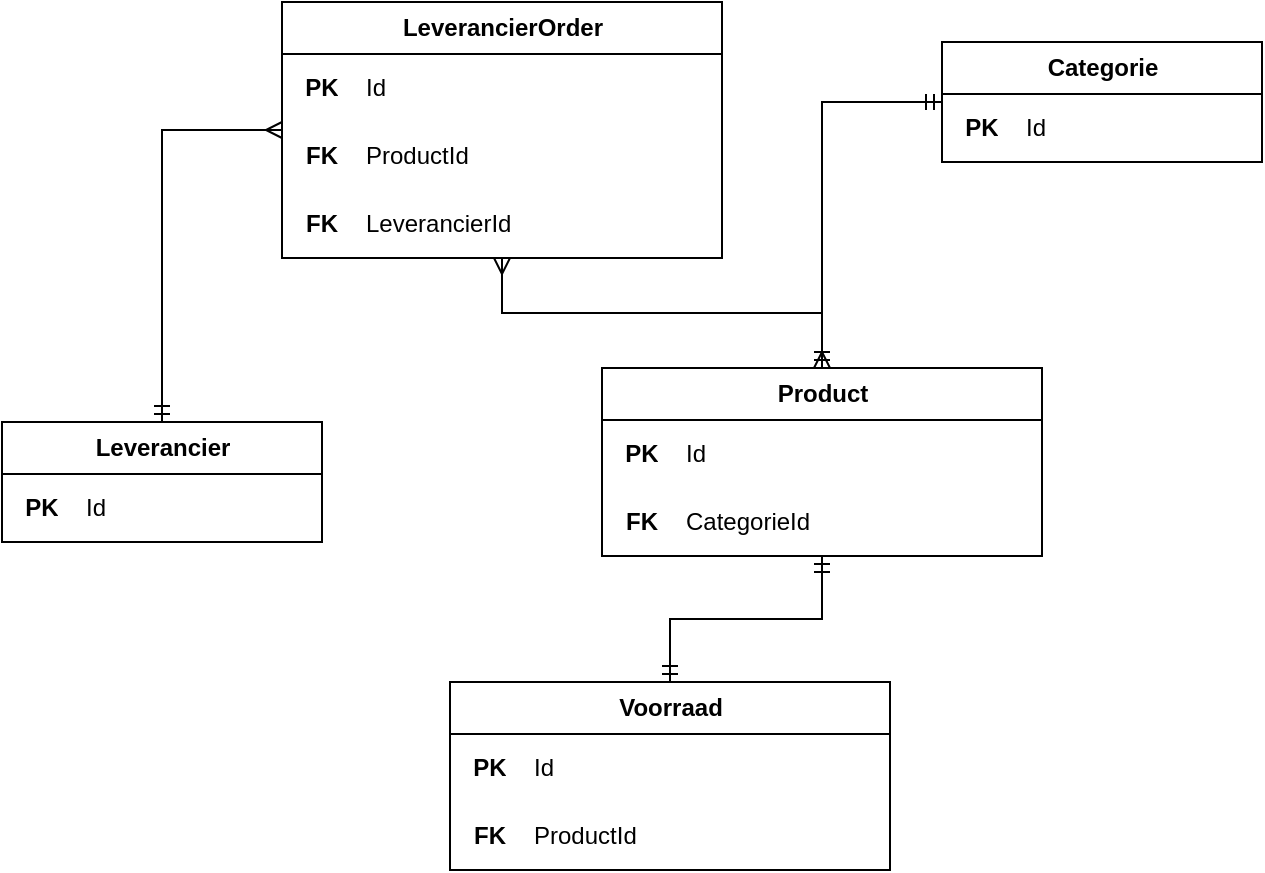
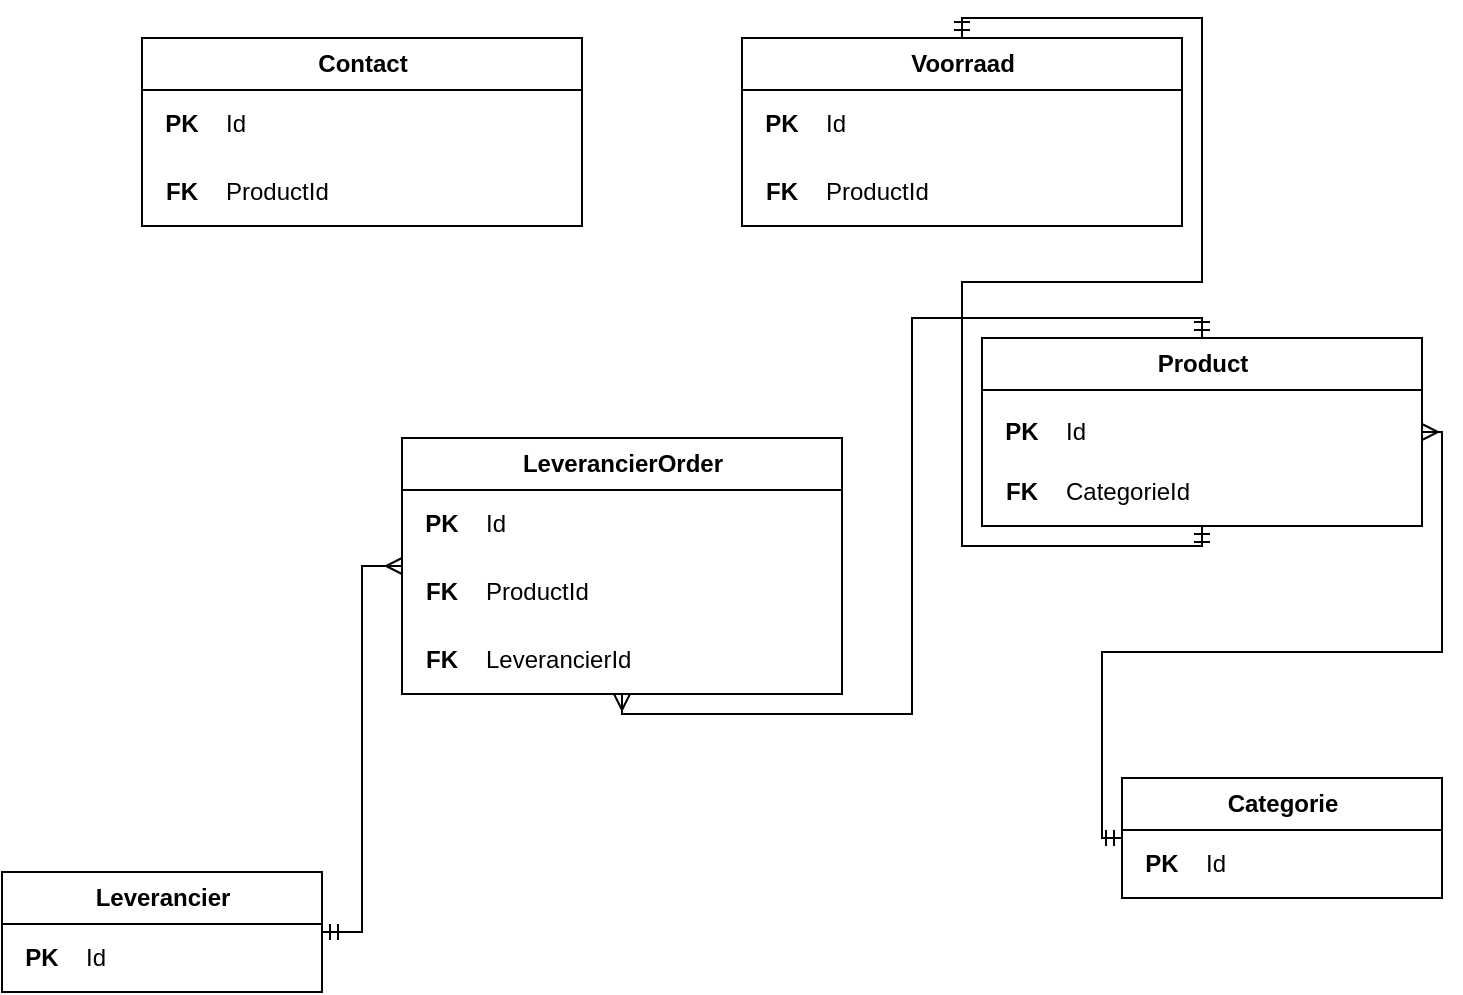
<mxfile host="65bd71144e">
    <diagram id="ProductERD" name="Product ERD">
-         <mxGraphModel dx="727" dy="1029" grid="1" gridSize="10" guides="1" tooltips="1" connect="1" arrows="1" fold="1" page="1" pageScale="1" pageWidth="827" pageHeight="1169" math="0" shadow="0">
+         <mxGraphModel dx="1082" dy="1200" grid="1" gridSize="10" guides="1" tooltips="1" connect="1" arrows="1" fold="1" page="1" pageScale="1" pageWidth="827" pageHeight="1169" math="0" shadow="0">
            <root>
                <mxCell id="0"/>
                <mxCell id="1" parent="0"/>
                <mxCell id="cat" value="Categorie" style="swimlane;childLayout=listLayout;collapsible=0;connectable=0;horizontal=1;startSize=26;fillColor=#ffffff;strokeColor=#000000;fontStyle=1;html=1;" parent="1" vertex="1">
-                     <mxGeometry x="550" y="240" width="160" height="60" as="geometry"/>
+                     <mxGeometry x="580" y="390" width="160" height="60" as="geometry"/>
                </mxCell>
                <mxCell id="cat_r1" value="" style="shape=partialRectangle;top=0;left=0;bottom=0;right=0;fillColor=none;align=left;verticalAlign=top;spacingLeft=4;spacingRight=4;overflow=hidden;rotatable=0;points=[];portConstraint=eastwest;html=1;" vertex="1" parent="cat">
                    <mxGeometry y="26" width="160" height="34" as="geometry"/>
                </mxCell>
                <mxCell id="cat_r1_k" value="PK" style="shape=partialRectangle;top=0;left=0;bottom=0;right=0;fillColor=none;align=center;verticalAlign=middle;fontStyle=1;overflow=hidden;connectable=0;html=1;" vertex="1" parent="cat_r1">
                    <mxGeometry width="40" height="34" as="geometry"/>
                </mxCell>
                <mxCell id="cat_r1_v" value="Id" style="shape=partialRectangle;top=0;left=0;bottom=0;right=0;fillColor=none;align=left;verticalAlign=middle;overflow=hidden;connectable=0;html=1;" vertex="1" parent="cat_r1">
                    <mxGeometry x="40" width="120" height="34" as="geometry"/>
                </mxCell>
                <mxCell id="prod" value="Product" style="swimlane;childLayout=listLayout;collapsible=0;connectable=0;horizontal=1;startSize=26;fillColor=#ffffff;strokeColor=#000000;fontStyle=1;html=1;" parent="1" vertex="1">
-                     <mxGeometry x="380" y="403" width="220" height="94" as="geometry"/>
+                     <mxGeometry x="510" y="170" width="220" height="94" as="geometry"/>
                </mxCell>
                <mxCell id="prod_r1" value="" style="shape=partialRectangle;top=0;left=0;bottom=0;right=0;fillColor=none;align=left;verticalAlign=top;spacingLeft=4;spacingRight=4;overflow=hidden;rotatable=0;points=[];portConstraint=eastwest;html=1;" vertex="1" parent="prod">
-                     <mxGeometry y="26" width="220" height="34" as="geometry"/>
+                     <mxGeometry y="30" width="220" height="34" as="geometry"/>
                </mxCell>
                <mxCell id="prod_r1_k" value="PK" style="shape=partialRectangle;top=0;left=0;bottom=0;right=0;fillColor=none;align=center;verticalAlign=middle;fontStyle=1;overflow=hidden;connectable=0;html=1;" vertex="1" parent="prod_r1">
                    <mxGeometry width="40" height="34" as="geometry"/>
                </mxCell>
                <mxCell id="prod_r1_v" value="Id" style="shape=partialRectangle;top=0;left=0;bottom=0;right=0;fillColor=none;align=left;verticalAlign=middle;overflow=hidden;connectable=0;html=1;" vertex="1" parent="prod_r1">
                    <mxGeometry x="40" width="180" height="34" as="geometry"/>
                </mxCell>
                <mxCell id="prod_r2" value="" style="shape=partialRectangle;top=0;left=0;bottom=0;right=0;fillColor=none;align=left;verticalAlign=top;spacingLeft=4;spacingRight=4;overflow=hidden;rotatable=0;points=[];portConstraint=eastwest;html=1;" vertex="1" parent="prod">
                    <mxGeometry y="60" width="220" height="34" as="geometry"/>
                </mxCell>
                <mxCell id="prod_r2_k" value="FK" style="shape=partialRectangle;top=0;left=0;bottom=0;right=0;fillColor=none;align=center;verticalAlign=middle;fontStyle=1;overflow=hidden;connectable=0;html=1;" vertex="1" parent="prod_r2">
                    <mxGeometry width="40" height="34" as="geometry"/>
                </mxCell>
                <mxCell id="prod_r2_v" value="CategorieId" style="shape=partialRectangle;top=0;left=0;bottom=0;right=0;fillColor=none;align=left;verticalAlign=middle;overflow=hidden;connectable=0;html=1;" vertex="1" parent="prod_r2">
                    <mxGeometry x="40" width="180" height="34" as="geometry"/>
                </mxCell>
                <mxCell id="voor" value="Voorraad" style="swimlane;childLayout=listLayout;collapsible=0;connectable=0;horizontal=1;startSize=26;fillColor=#ffffff;strokeColor=#000000;fontStyle=1;html=1;" parent="1" vertex="1">
-                     <mxGeometry x="304" y="560" width="220" height="94" as="geometry"/>
+                     <mxGeometry x="390" y="20" width="220" height="94" as="geometry"/>
                </mxCell>
                <mxCell id="voor_r1" value="" style="shape=partialRectangle;top=0;left=0;bottom=0;right=0;fillColor=none;align=left;verticalAlign=top;spacingLeft=4;spacingRight=4;overflow=hidden;rotatable=0;points=[];portConstraint=eastwest;html=1;" vertex="1" parent="voor">
                    <mxGeometry y="26" width="220" height="34" as="geometry"/>
                </mxCell>
                <mxCell id="voor_r1_k" value="PK" style="shape=partialRectangle;top=0;left=0;bottom=0;right=0;fillColor=none;align=center;verticalAlign=middle;fontStyle=1;overflow=hidden;connectable=0;html=1;" vertex="1" parent="voor_r1">
                    <mxGeometry width="40" height="34" as="geometry"/>
                </mxCell>
                <mxCell id="voor_r1_v" value="Id" style="shape=partialRectangle;top=0;left=0;bottom=0;right=0;fillColor=none;align=left;verticalAlign=middle;overflow=hidden;connectable=0;html=1;" vertex="1" parent="voor_r1">
                    <mxGeometry x="40" width="180" height="34" as="geometry"/>
                </mxCell>
                <mxCell id="voor_r2" value="" style="shape=partialRectangle;top=0;left=0;bottom=0;right=0;fillColor=none;align=left;verticalAlign=top;spacingLeft=4;spacingRight=4;overflow=hidden;rotatable=0;points=[];portConstraint=eastwest;html=1;" vertex="1" parent="voor">
                    <mxGeometry y="60" width="220" height="34" as="geometry"/>
                </mxCell>
                <mxCell id="voor_r2_k" value="FK" style="shape=partialRectangle;top=0;left=0;bottom=0;right=0;fillColor=none;align=center;verticalAlign=middle;fontStyle=1;overflow=hidden;connectable=0;html=1;" vertex="1" parent="voor_r2">
                    <mxGeometry width="40" height="34" as="geometry"/>
                </mxCell>
                <mxCell id="voor_r2_v" value="ProductId" style="shape=partialRectangle;top=0;left=0;bottom=0;right=0;fillColor=none;align=left;verticalAlign=middle;overflow=hidden;connectable=0;html=1;" vertex="1" parent="voor_r2">
                    <mxGeometry x="40" width="180" height="34" as="geometry"/>
                </mxCell>
                <mxCell id="lev" value="Leverancier" style="swimlane;childLayout=listLayout;collapsible=0;connectable=0;horizontal=1;startSize=26;fillColor=#ffffff;strokeColor=#000000;fontStyle=1;html=1;" parent="1" vertex="1">
-                     <mxGeometry x="80" y="430" width="160" height="60" as="geometry"/>
+                     <mxGeometry x="20" y="437" width="160" height="60" as="geometry"/>
                </mxCell>
                <mxCell id="lev_r1" value="" style="shape=partialRectangle;top=0;left=0;bottom=0;right=0;fillColor=none;align=left;verticalAlign=top;spacingLeft=4;spacingRight=4;overflow=hidden;rotatable=0;points=[];portConstraint=eastwest;html=1;" vertex="1" parent="lev">
                    <mxGeometry y="26" width="160" height="34" as="geometry"/>
                </mxCell>
                <mxCell id="lev_r1_k" value="PK" style="shape=partialRectangle;top=0;left=0;bottom=0;right=0;fillColor=none;align=center;verticalAlign=middle;fontStyle=1;overflow=hidden;connectable=0;html=1;" vertex="1" parent="lev_r1">
                    <mxGeometry width="40" height="34" as="geometry"/>
                </mxCell>
                <mxCell id="lev_r1_v" value="Id" style="shape=partialRectangle;top=0;left=0;bottom=0;right=0;fillColor=none;align=left;verticalAlign=middle;overflow=hidden;connectable=0;html=1;" vertex="1" parent="lev_r1">
                    <mxGeometry x="40" width="120" height="34" as="geometry"/>
                </mxCell>
                <mxCell id="order" value="LeverancierOrder" style="swimlane;childLayout=listLayout;collapsible=0;connectable=0;horizontal=1;startSize=26;fillColor=#ffffff;strokeColor=#000000;fontStyle=1;html=1;" parent="1" vertex="1">
                    <mxGeometry x="220" y="220" width="220" height="128" as="geometry"/>
                </mxCell>
                <mxCell id="order_r1" value="" style="shape=partialRectangle;top=0;left=0;bottom=0;right=0;fillColor=none;align=left;verticalAlign=top;spacingLeft=4;spacingRight=4;overflow=hidden;rotatable=0;points=[];portConstraint=eastwest;html=1;" vertex="1" parent="order">
                    <mxGeometry y="26" width="220" height="34" as="geometry"/>
                </mxCell>
                <mxCell id="order_r1_k" value="PK" style="shape=partialRectangle;top=0;left=0;bottom=0;right=0;fillColor=none;align=center;verticalAlign=middle;fontStyle=1;overflow=hidden;connectable=0;html=1;" vertex="1" parent="order_r1">
                    <mxGeometry width="40" height="34" as="geometry"/>
                </mxCell>
                <mxCell id="order_r1_v" value="Id" style="shape=partialRectangle;top=0;left=0;bottom=0;right=0;fillColor=none;align=left;verticalAlign=middle;overflow=hidden;connectable=0;html=1;" vertex="1" parent="order_r1">
                    <mxGeometry x="40" width="180" height="34" as="geometry"/>
                </mxCell>
                <mxCell id="order_r2" value="" style="shape=partialRectangle;top=0;left=0;bottom=0;right=0;fillColor=none;align=left;verticalAlign=top;spacingLeft=4;spacingRight=4;overflow=hidden;rotatable=0;points=[];portConstraint=eastwest;html=1;" vertex="1" parent="order">
                    <mxGeometry y="60" width="220" height="34" as="geometry"/>
                </mxCell>
                <mxCell id="order_r2_k" value="FK" style="shape=partialRectangle;top=0;left=0;bottom=0;right=0;fillColor=none;align=center;verticalAlign=middle;fontStyle=1;overflow=hidden;connectable=0;html=1;" vertex="1" parent="order_r2">
                    <mxGeometry width="40" height="34" as="geometry"/>
                </mxCell>
                <mxCell id="order_r2_v" value="ProductId" style="shape=partialRectangle;top=0;left=0;bottom=0;right=0;fillColor=none;align=left;verticalAlign=middle;overflow=hidden;connectable=0;html=1;" vertex="1" parent="order_r2">
                    <mxGeometry x="40" width="180" height="34" as="geometry"/>
                </mxCell>
                <mxCell id="order_r3" value="" style="shape=partialRectangle;top=0;left=0;bottom=0;right=0;fillColor=none;align=left;verticalAlign=top;spacingLeft=4;spacingRight=4;overflow=hidden;rotatable=0;points=[];portConstraint=eastwest;html=1;" vertex="1" parent="order">
                    <mxGeometry y="94" width="220" height="34" as="geometry"/>
                </mxCell>
                <mxCell id="order_r3_k" value="FK" style="shape=partialRectangle;top=0;left=0;bottom=0;right=0;fillColor=none;align=center;verticalAlign=middle;fontStyle=1;overflow=hidden;connectable=0;html=1;" vertex="1" parent="order_r3">
                    <mxGeometry width="40" height="34" as="geometry"/>
                </mxCell>
                <mxCell id="order_r3_v" value="LeverancierId" style="shape=partialRectangle;top=0;left=0;bottom=0;right=0;fillColor=none;align=left;verticalAlign=middle;overflow=hidden;connectable=0;html=1;" vertex="1" parent="order_r3">
                    <mxGeometry x="40" width="180" height="34" as="geometry"/>
                </mxCell>
- 
-                 <!-- Relations -->
-                 <!-- Categorie (1) to Product (*) -->
-                 <mxCell id="rel1" style="edgeStyle=orthogonalEdgeStyle;rounded=0;html=1;exitX=0;exitY=0.5;exitDx=0;exitDy=0;entryX=0.5;entryY=0;entryDx=0;entryDy=0;strokeColor=#000000;strokeWidth=1;startArrow=ERmandOne;endArrow=ERmany;" edge="1" parent="1" source="cat" target="prod">
+                 <mxCell id="3" style="edgeStyle=orthogonalEdgeStyle;rounded=0;html=1;exitX=1;exitY=0.5;entryX=0;entryY=0.5;strokeColor=#000000;strokeWidth=1;startArrow=ERmandOne;endArrow=ERmany;" edge="1" parent="1" source="lev" target="order">
                    <mxGeometry relative="1" as="geometry"/>
                </mxCell>
- 
-                 <!-- Product (1) to Voorraad (1) -->
-                 <mxCell id="rel2" style="edgeStyle=orthogonalEdgeStyle;rounded=0;html=1;exitX=0.5;exitY=1;exitDx=0;exitDy=0;entryX=0.5;entryY=0;entryDx=0;entryDy=0;strokeColor=#000000;strokeWidth=1;startArrow=ERmandOne;endArrow=ERmandOne;" edge="1" parent="1" source="prod" target="voor">
+                 <mxCell id="4" style="edgeStyle=orthogonalEdgeStyle;rounded=0;html=1;exitX=0;exitY=0.5;entryX=1;entryY=0.5;strokeColor=#000000;strokeWidth=1;startArrow=ERmandOne;endArrow=ERmany;" edge="1" parent="1" source="cat" target="prod">
                    <mxGeometry relative="1" as="geometry"/>
                </mxCell>
- 
-                 <!-- Product (1) to LeverancierOrder (*) -->
-                 <mxCell id="rel3" style="edgeStyle=orthogonalEdgeStyle;rounded=0;html=1;exitX=0.5;exitY=0;exitDx=0;exitDy=0;entryX=0.5;entryY=1;entryDx=0;entryDy=0;strokeColor=#000000;strokeWidth=1;startArrow=ERmandOne;endArrow=ERmany;" edge="1" parent="1" source="prod" target="order">
+                 <mxCell id="5" style="edgeStyle=orthogonalEdgeStyle;rounded=0;html=1;exitX=0.5;exitY=0;entryX=0.5;entryY=1;strokeColor=#000000;strokeWidth=1;startArrow=ERmandOne;endArrow=ERmany;" edge="1" parent="1" source="prod" target="order">
                    <mxGeometry relative="1" as="geometry"/>
                </mxCell>
- 
-                 <!-- Leverancier (1) to LeverancierOrder (*) -->
-                 <mxCell id="rel4" style="edgeStyle=orthogonalEdgeStyle;rounded=0;html=1;exitX=0.5;exitY=0;exitDx=0;exitDy=0;entryX=0;entryY=0.5;entryDx=0;entryDy=0;strokeColor=#000000;strokeWidth=1;startArrow=ERmandOne;endArrow=ERmany;" edge="1" parent="1" source="lev" target="order">
+                 <mxCell id="6" style="edgeStyle=orthogonalEdgeStyle;rounded=0;html=1;exitX=0.5;exitY=1;entryX=0.5;entryY=0;strokeColor=#000000;strokeWidth=1;startArrow=ERmandOne;endArrow=ERmandOne;" edge="1" parent="1" source="prod" target="voor">
                    <mxGeometry relative="1" as="geometry"/>
+                 </mxCell>
+                 <mxCell id="7" value="Contact" style="swimlane;childLayout=listLayout;collapsible=0;connectable=0;horizontal=1;startSize=26;fillColor=#ffffff;strokeColor=#000000;fontStyle=1;html=1;" vertex="1" parent="1">
+                     <mxGeometry x="90" y="20" width="220" height="94" as="geometry"/>
+                 </mxCell>
+                 <mxCell id="8" value="" style="shape=partialRectangle;top=0;left=0;bottom=0;right=0;fillColor=none;align=left;verticalAlign=top;spacingLeft=4;spacingRight=4;overflow=hidden;rotatable=0;points=[];portConstraint=eastwest;html=1;" vertex="1" parent="7">
+                     <mxGeometry y="26" width="220" height="34" as="geometry"/>
+                 </mxCell>
+                 <mxCell id="9" value="PK" style="shape=partialRectangle;top=0;left=0;bottom=0;right=0;fillColor=none;align=center;verticalAlign=middle;fontStyle=1;overflow=hidden;connectable=0;html=1;" vertex="1" parent="8">
+                     <mxGeometry width="40" height="34" as="geometry"/>
+                 </mxCell>
+                 <mxCell id="10" value="Id" style="shape=partialRectangle;top=0;left=0;bottom=0;right=0;fillColor=none;align=left;verticalAlign=middle;overflow=hidden;connectable=0;html=1;" vertex="1" parent="8">
+                     <mxGeometry x="40" width="180" height="34" as="geometry"/>
+                 </mxCell>
+                 <mxCell id="11" value="" style="shape=partialRectangle;top=0;left=0;bottom=0;right=0;fillColor=none;align=left;verticalAlign=top;spacingLeft=4;spacingRight=4;overflow=hidden;rotatable=0;points=[];portConstraint=eastwest;html=1;" vertex="1" parent="7">
+                     <mxGeometry y="60" width="220" height="34" as="geometry"/>
+                 </mxCell>
+                 <mxCell id="12" value="FK" style="shape=partialRectangle;top=0;left=0;bottom=0;right=0;fillColor=none;align=center;verticalAlign=middle;fontStyle=1;overflow=hidden;connectable=0;html=1;" vertex="1" parent="11">
+                     <mxGeometry width="40" height="34" as="geometry"/>
+                 </mxCell>
+                 <mxCell id="13" value="ProductId" style="shape=partialRectangle;top=0;left=0;bottom=0;right=0;fillColor=none;align=left;verticalAlign=middle;overflow=hidden;connectable=0;html=1;" vertex="1" parent="11">
+                     <mxGeometry x="40" width="180" height="34" as="geometry"/>
                </mxCell>
            </root>
        </mxGraphModel>
    </diagram>
</mxfile>